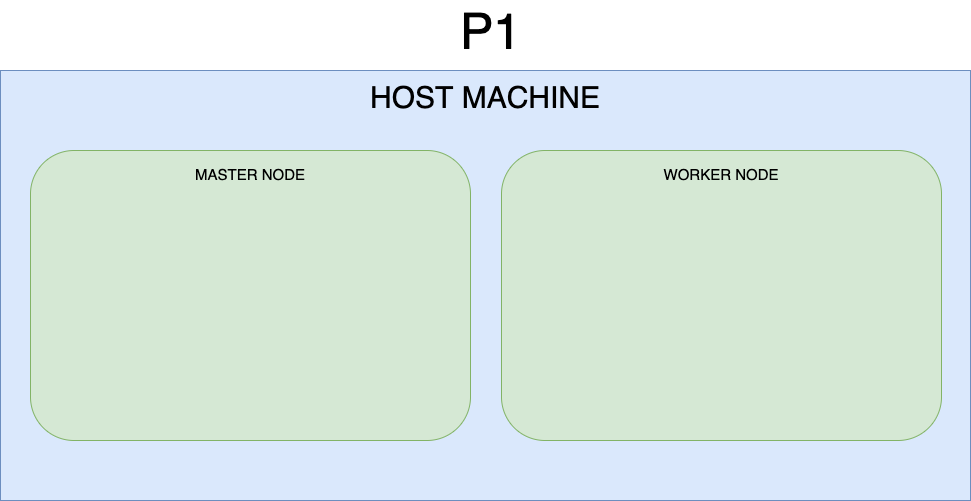
Above: p1.png in Fedor-Molokov/Inception-of-Things (draw.io), before the change. Source tidied: cells renumbered, new cells last; positions are measured from the earlier drawing's top-left corner, leaving out a move shared by most shapes. Source of this version:
```xml
<mxGraphModel>
  <root>
    <mxCell id="0" />
    <mxCell id="1" parent="0" />
    <mxCell id="2" value="&lt;font style=&quot;font-size: 30px&quot;&gt;HOST MACHINE&lt;br&gt;&lt;/font&gt;&lt;br&gt;&lt;br&gt;&lt;br&gt;&lt;br&gt;&lt;br&gt;&lt;br&gt;&lt;br&gt;&lt;br&gt;&lt;br&gt;&lt;br&gt;&lt;br&gt;&lt;br&gt;&lt;br&gt;&lt;br&gt;&lt;br&gt;&lt;br&gt;&lt;br&gt;&lt;br&gt;&lt;br&gt;&lt;br&gt;&lt;br&gt;&lt;br&gt;&lt;br&gt;&lt;br&gt;&lt;br&gt;&lt;br&gt;" style="rounded=0;whiteSpace=wrap;html=1;fillColor=#dae8fc;strokeColor=#6c8ebf;" parent="1" vertex="1">
      <mxGeometry y="60" width="970" height="430" as="geometry" />
    </mxCell>
    <mxCell id="3" value="&lt;font style=&quot;font-size: 15px&quot;&gt;MASTER NODE&lt;br&gt;&lt;br&gt;&lt;br&gt;&lt;br&gt;&lt;br&gt;&lt;br&gt;&lt;br&gt;&lt;br&gt;&lt;/font&gt;" style="rounded=1;whiteSpace=wrap;html=1;fontSize=30;fillColor=#d5e8d4;strokeColor=#82b366;" parent="1" vertex="1">
      <mxGeometry x="30" y="140" width="440" height="290" as="geometry" />
    </mxCell>
    <mxCell id="4" value="&lt;span style=&quot;font-size: 15px&quot;&gt;WORKER NODE&lt;br&gt;&lt;br&gt;&lt;br&gt;&lt;br&gt;&lt;br&gt;&lt;br&gt;&lt;br&gt;&lt;br&gt;&lt;/span&gt;" style="rounded=1;whiteSpace=wrap;html=1;fontSize=30;fillColor=#d5e8d4;strokeColor=#82b366;" parent="1" vertex="1">
      <mxGeometry x="501" y="140" width="440" height="290" as="geometry" />
    </mxCell>
    <mxCell id="5" value="&lt;font style=&quot;font-size: 50px&quot;&gt;P1&lt;/font&gt;" style="text;html=1;align=center;verticalAlign=middle;strokeColor=none;fillColor=none;fontSize=15;" parent="1" vertex="1">
      <mxGeometry x="450" width="80" height="40" as="geometry" />
    </mxCell>
  </root>
</mxGraphModel>
```
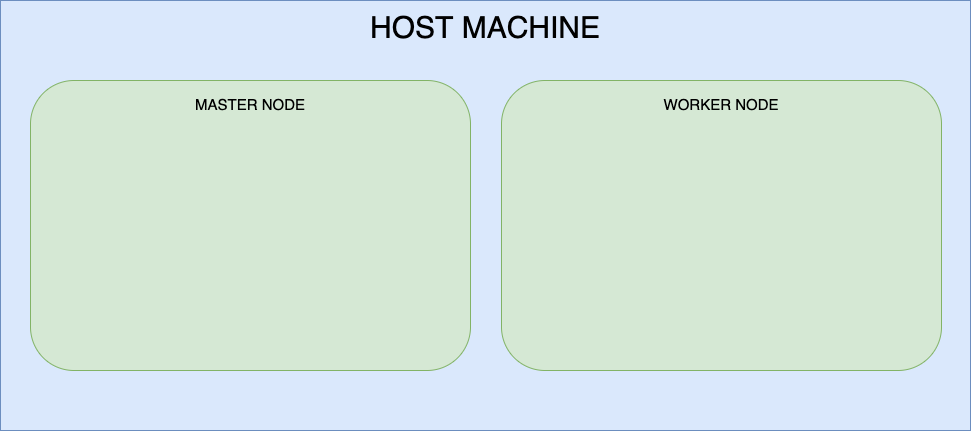
The same diagram one commit later.

Diff of the diagram source:
```diff
@@ -11,8 +11,5 @@
     <mxCell id="4" value="&lt;span style=&quot;font-size: 15px&quot;&gt;WORKER NODE&lt;br&gt;&lt;br&gt;&lt;br&gt;&lt;br&gt;&lt;br&gt;&lt;br&gt;&lt;br&gt;&lt;br&gt;&lt;/span&gt;" style="rounded=1;whiteSpace=wrap;html=1;fontSize=30;fillColor=#d5e8d4;strokeColor=#82b366;" parent="1" vertex="1">
       <mxGeometry x="501" y="140" width="440" height="290" as="geometry" />
     </mxCell>
-    <mxCell id="5" value="&lt;font style=&quot;font-size: 50px&quot;&gt;P1&lt;/font&gt;" style="text;html=1;align=center;verticalAlign=middle;strokeColor=none;fillColor=none;fontSize=15;" parent="1" vertex="1">
-      <mxGeometry x="450" width="80" height="40" as="geometry" />
-    </mxCell>
   </root>
 </mxGraphModel>
```
